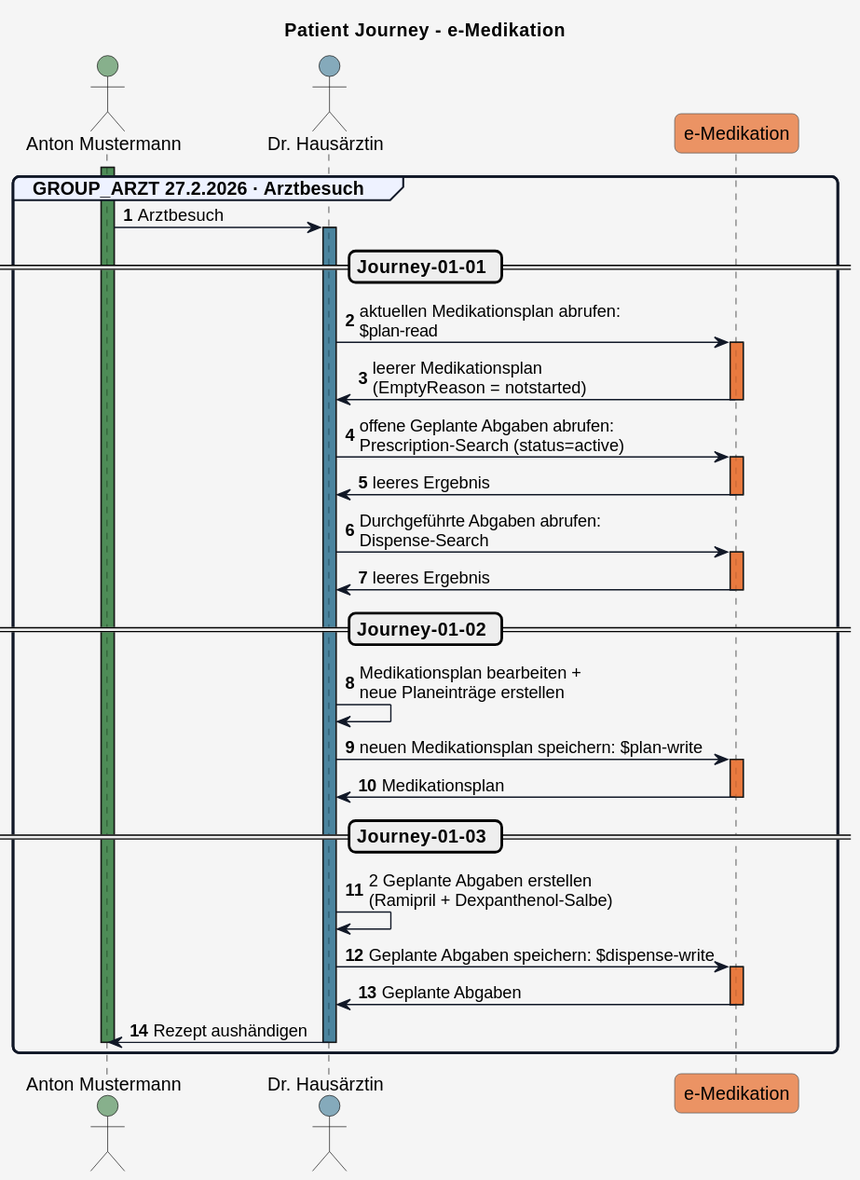
Before: r4-ELGA-e-Medikation-main/en/plantuml/patient_journey_01.svg, a diagram exported from PlantUML (HL7Austria/hl7austria.github.io). The source it was exported from:
```plantuml
@startuml
title Patient Journey - e-Medikation

skinparam borderColor #000000
skinparam backgroundColor #f5f5f5
skinparam shadowing false
skinparam roundCorner 10
skinparam defaultFontName "Arial"
skinparam defaultFontSize 14
skinparam defaultFontColor #000000

skinparam HyperlinkColor #0000EE
skinparam HyperlinkUnderline false

skinparam BoxPadding 20
skinparam BoxBorderColor #555555

skinparam note {
  BackgroundColor #e0e5f0-#d1d9e6
  BorderColor #8b95a5
  BorderThickness 1
  RoundCorner 0
  Padding 6
  FontColor #111827
  Shadowing false
}

skinparam sequence {
  ParticipantBorderColor #555555
  ParticipantBackgroundColor #ffffff
  ParticipantFontColor #000000
  ParticipantFontSize 14
  ParticipantPadding 20
  ArrowColor #111827
  ArrowThickness 1
  ArrowFontColor #000000
  ArrowFontSize 13
  GroupBorderColor #111827
  GroupBackgroundColor #eef2ff
  GroupBorderThickness 2
}

!define COLOR_GDA_1    #15608280
!define COLOR_GDA_2    #96607D80
!define COLOR_GDA_3    #beaf3c80
!define COLOR_PATIENT  #196B2480
!define COLOR_APO      #0F9ED590
!define COLOR_EMED_FA  #e97232bd
!define COLOR_OK       #0F9ED525
!define COLOR_ERROR    #E9713235


actor Patient as "Anton Mustermann" COLOR_PATIENT
actor Arzt_2 as "Dr. Hausärztin" COLOR_GDA_1
participant eMed_FA as "e-Medikation" COLOR_EMED_FA



autonumber

group GROUP_ARZT 27.2.2026 · Arztbesuch

  activate Patient COLOR_PATIENT
  Patient -> Arzt_2: Arztbesuch
  activate Arzt_2 COLOR_GDA_1

  == Journey-01-01 ==

  Arzt_2 -> eMed_FA: aktuellen Medikationsplan abrufen:\n$plan-read
  activate eMed_FA COLOR_EMED_FA
  eMed_FA -> Arzt_2: leerer Medikationsplan\n(EmptyReason = notstarted)
  deactivate eMed_FA
  Arzt_2 -> eMed_FA: offene Geplante Abgaben abrufen:\nPrescription-Search (status=active)
  activate eMed_FA COLOR_EMED_FA
  eMed_FA -> Arzt_2: leeres Ergebnis
  deactivate eMed_FA
  Arzt_2 -> eMed_FA: Durchgeführte Abgaben abrufen:\nDispense-Search
  activate eMed_FA COLOR_EMED_FA
  eMed_FA -> Arzt_2: leeres Ergebnis
  deactivate eMed_FA

  == Journey-01-02 ==

  Arzt_2 -> Arzt_2: Medikationsplan bearbeiten +\nneue Planeinträge erstellen
  Arzt_2 -> eMed_FA: neuen Medikationsplan speichern: $plan-write
  activate eMed_FA COLOR_EMED_FA
  eMed_FA -> Arzt_2: Medikationsplan
  deactivate eMed_FA

  == Journey-01-03 ==

  Arzt_2 -> Arzt_2: 2 Geplante Abgaben erstellen\n(Ramipril + Dexpanthenol-Salbe)
  Arzt_2 -> eMed_FA: Geplante Abgaben speichern: $dispense-write
  activate eMed_FA COLOR_EMED_FA
  eMed_FA -> Arzt_2: Geplante Abgaben
  deactivate eMed_FA
  Arzt_2 -> Patient: Rezept aushändigen
  deactivate Arzt_2
  deactivate Patient

end
@enduml
```
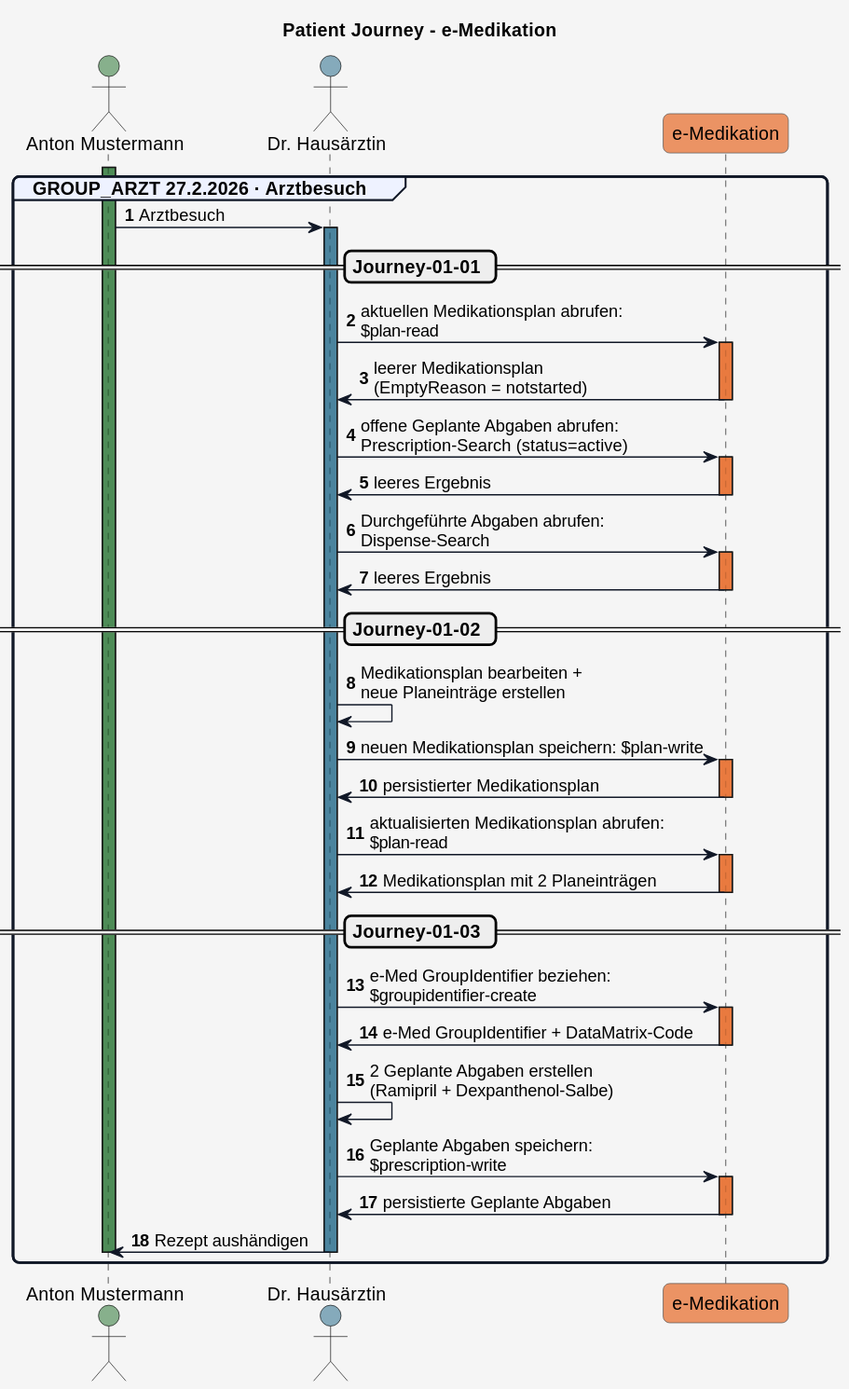
The same diagram one commit later.

The edit, as a diff of the source:
```diff
@@ -84,15 +84,23 @@
   Arzt_2 -> Arzt_2: Medikationsplan bearbeiten +\nneue Planeinträge erstellen
   Arzt_2 -> eMed_FA: neuen Medikationsplan speichern: $plan-write
   activate eMed_FA COLOR_EMED_FA
-  eMed_FA -> Arzt_2: Medikationsplan
+  eMed_FA -> Arzt_2: persistierter Medikationsplan
+  deactivate eMed_FA
+  Arzt_2 -> eMed_FA: aktualisierten Medikationsplan abrufen:\n$plan-read
+  activate eMed_FA COLOR_EMED_FA
+  eMed_FA -> Arzt_2: Medikationsplan mit 2 Planeinträgen
   deactivate eMed_FA
 
   == Journey-01-03 ==
 
+  Arzt_2 -> eMed_FA: e-Med GroupIdentifier beziehen:\n$groupidentifier-create
+  activate eMed_FA COLOR_EMED_FA
+  eMed_FA -> Arzt_2: e-Med GroupIdentifier + DataMatrix-Code
+  deactivate eMed_FA
   Arzt_2 -> Arzt_2: 2 Geplante Abgaben erstellen\n(Ramipril + Dexpanthenol-Salbe)
-  Arzt_2 -> eMed_FA: Geplante Abgaben speichern: $dispense-write
+  Arzt_2 -> eMed_FA: Geplante Abgaben speichern:\n$prescription-write
   activate eMed_FA COLOR_EMED_FA
-  eMed_FA -> Arzt_2: Geplante Abgaben
+  eMed_FA -> Arzt_2: persistierte Geplante Abgaben
   deactivate eMed_FA
   Arzt_2 -> Patient: Rezept aushändigen
   deactivate Arzt_2
```
